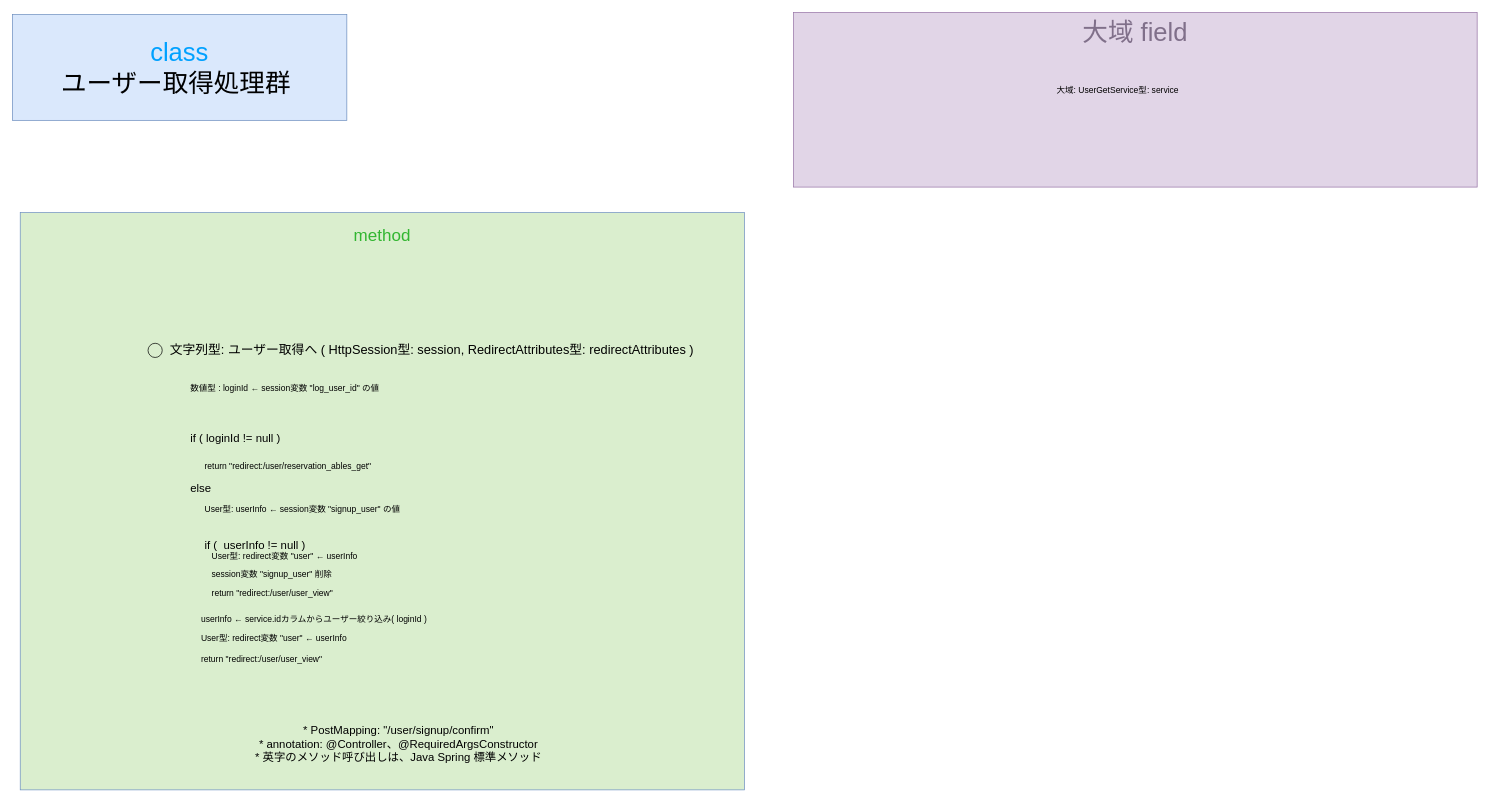
Above: gijigengo/controller/user/meeting_reservation_sys controller_user UserGetControllerクラス 疑似言語.drawio in tro319/meeting_reservation_system (draw.io), before the change. Source tidied: cells renumbered, new cells numbered last; positions are measured from the earlier drawing's top-left corner, leaving out a move shared by most shapes. Both pictures are drawn from the tidied source at 71%, with x=0, y=0 at pixel (12, 12).
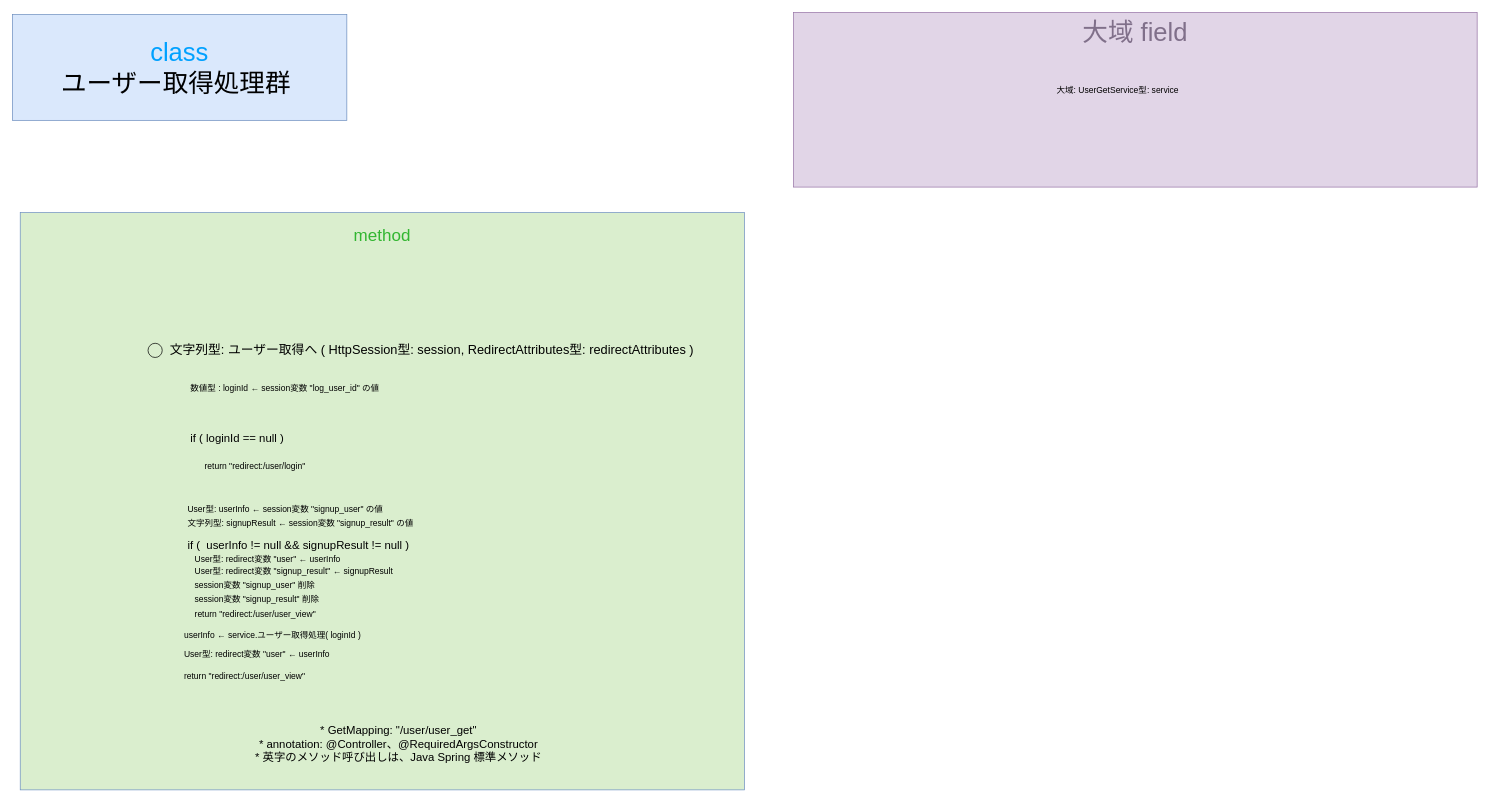
The same diagram, later.

What changed in the source:
```diff
@@
-    <mxCell id="5" value="&lt;div&gt;&lt;span&gt;&lt;span&gt;&lt;span style=&quot;color: rgb(0, 0, 0);&quot;&gt;&lt;font style=&quot;font-size: 16px;&quot;&gt;* PostMapping: &quot;/user/signup/confirm&quot;&lt;/font&gt;&lt;/span&gt;&lt;/span&gt;&lt;/span&gt;&lt;/div&gt;&lt;div&gt;&lt;span&gt;&lt;span&gt;&lt;span style=&quot;color: rgb(0, 0, 0);&quot;&gt;&lt;font style=&quot;font-size: 16px;&quot;&gt;* annotation: @Controller、@RequiredArgsConstructor&lt;/font&gt;&lt;/span&gt;&lt;/span&gt;&lt;/span&gt;&lt;/div&gt;&lt;div&gt;&lt;span&gt;&lt;span&gt;&lt;span style=&quot;color: rgb(0, 0, 0);&quot;&gt;&lt;font style=&quot;font-size: 16px;&quot;&gt;* 英字のメソッド呼び出しは、Java Spring 標準メソッド&lt;/font&gt;&lt;/span&gt;&lt;/span&gt;&lt;/span&gt;&lt;/div&gt;" style="text;html=1;whiteSpace=wrap;strokeColor=none;fillColor=none;align=center;verticalAlign=middle;rounded=0;" parent="1" vertex="1">
+    <mxCell id="5" value="&lt;div&gt;&lt;span&gt;&lt;span&gt;&lt;span style=&quot;color: rgb(0, 0, 0);&quot;&gt;&lt;font style=&quot;font-size: 16px;&quot;&gt;* GetMapping: &quot;/user/user_get&quot;&lt;/font&gt;&lt;/span&gt;&lt;/span&gt;&lt;/span&gt;&lt;/div&gt;&lt;div&gt;&lt;span&gt;&lt;span&gt;&lt;span style=&quot;color: rgb(0, 0, 0);&quot;&gt;&lt;font style=&quot;font-size: 16px;&quot;&gt;* annotation: @Controller、@RequiredArgsConstructor&lt;/font&gt;&lt;/span&gt;&lt;/span&gt;&lt;/span&gt;&lt;/div&gt;&lt;div&gt;&lt;span&gt;&lt;span&gt;&lt;span style=&quot;color: rgb(0, 0, 0);&quot;&gt;&lt;font style=&quot;font-size: 16px;&quot;&gt;* 英字のメソッド呼び出しは、Java Spring 標準メソッド&lt;/font&gt;&lt;/span&gt;&lt;/span&gt;&lt;/span&gt;&lt;/div&gt;" style="text;html=1;whiteSpace=wrap;strokeColor=none;fillColor=none;align=center;verticalAlign=middle;rounded=0;" parent="1" vertex="1">
       <mxGeometry x="249" y="1015" width="590" height="30" as="geometry" />
     </mxCell>
-    <mxCell id="6" value="&lt;div align=&quot;left&quot;&gt;&lt;span style=&quot;color: rgb(0, 0, 0);&quot;&gt;&lt;font style=&quot;font-size: 16px;&quot;&gt;if ( loginId != null )&amp;nbsp;&lt;/font&gt;&lt;/span&gt;&lt;/div&gt;" style="text;html=1;whiteSpace=wrap;strokeColor=none;fillColor=none;align=left;verticalAlign=middle;rounded=0;" parent="1" vertex="1">
+    <mxCell id="6" value="&lt;div align=&quot;left&quot;&gt;&lt;span style=&quot;color: rgb(0, 0, 0);&quot;&gt;&lt;font style=&quot;font-size: 16px;&quot;&gt;if ( loginId == null )&amp;nbsp;&lt;/font&gt;&lt;/span&gt;&lt;/div&gt;" style="text;html=1;whiteSpace=wrap;strokeColor=none;fillColor=none;align=left;verticalAlign=middle;rounded=0;" parent="1" vertex="1">
       <mxGeometry x="249" y="585" width="590" height="30" as="geometry" />
     </mxCell>
     <mxCell id="7" value="User型: userInfo ← session変数 &quot;signup_user&quot; の値" style="text;html=1;whiteSpace=wrap;strokeColor=none;fillColor=none;align=left;verticalAlign=middle;rounded=0;" parent="1" vertex="1">
-      <mxGeometry x="269" y="685" width="590" height="30" as="geometry" />
+      <mxGeometry x="245" y="685" width="590" height="30" as="geometry" />
     </mxCell>
-    <mxCell id="8" value="return &quot;redirect:/user/reservation_ables_get&quot;" style="text;html=1;whiteSpace=wrap;strokeColor=none;fillColor=none;align=left;verticalAlign=middle;rounded=0;" parent="1" vertex="1">
+    <mxCell id="8" value="return &quot;redirect:/user/login&quot;" style="text;html=1;whiteSpace=wrap;strokeColor=none;fillColor=none;align=left;verticalAlign=middle;rounded=0;" parent="1" vertex="1">
       <mxGeometry x="269" y="625" width="590" height="30" as="geometry" />
     </mxCell>
-    <mxCell id="9" value="&lt;div align=&quot;left&quot;&gt;&lt;span style=&quot;color: rgb(0, 0, 0);&quot;&gt;&lt;font style=&quot;font-size: 16px;&quot;&gt;else&lt;/font&gt;&lt;/span&gt;&lt;/div&gt;" style="text;html=1;whiteSpace=wrap;strokeColor=none;fillColor=none;align=left;verticalAlign=middle;rounded=0;" parent="1" vertex="1">
-      <mxGeometry x="249" y="655" width="590" height="30" as="geometry" />
-    </mxCell>
-    <mxCell id="10" value="&lt;div align=&quot;left&quot;&gt;&lt;span style=&quot;color: rgb(0, 0, 0);&quot;&gt;&lt;font style=&quot;font-size: 16px;&quot;&gt;if (&amp;nbsp; userInfo != null )&amp;nbsp;&lt;/font&gt;&lt;/span&gt;&lt;/div&gt;" style="text;html=1;whiteSpace=wrap;strokeColor=none;fillColor=none;align=left;verticalAlign=middle;rounded=0;" parent="1" vertex="1">
-      <mxGeometry x="269" y="735" width="590" height="30" as="geometry" />
+    <mxCell id="10" value="&lt;div align=&quot;left&quot;&gt;&lt;span style=&quot;color: rgb(0, 0, 0);&quot;&gt;&lt;font style=&quot;font-size: 16px;&quot;&gt;if (&amp;nbsp; userInfo != null &amp;amp;&amp;amp; signupResult != null )&amp;nbsp;&lt;/font&gt;&lt;/span&gt;&lt;/div&gt;" style="text;html=1;whiteSpace=wrap;strokeColor=none;fillColor=none;align=left;verticalAlign=middle;rounded=0;" parent="1" vertex="1">
+      <mxGeometry x="245" y="735" width="590" height="30" as="geometry" />
     </mxCell>
     <mxCell id="11" value="User型: redirect変数 &quot;user&quot; ← userInfo" style="text;html=1;whiteSpace=wrap;strokeColor=none;fillColor=none;align=left;verticalAlign=middle;rounded=0;" parent="1" vertex="1">
-      <mxGeometry x="279" y="752" width="624" height="30" as="geometry" />
+      <mxGeometry x="255" y="756" width="624" height="30" as="geometry" />
     </mxCell>
     <mxCell id="12" value="return &quot;redirect:/user/user_view&quot;" style="text;html=1;whiteSpace=wrap;strokeColor=none;fillColor=none;align=left;verticalAlign=middle;rounded=0;" parent="1" vertex="1">
-      <mxGeometry x="279" y="803" width="590" height="30" as="geometry" />
+      <mxGeometry x="255" y="833" width="590" height="30" as="geometry" />
     </mxCell>
-    <mxCell id="13" value="userInfo ← service.idカラムからユーザー絞り込み( loginId )" style="text;html=1;whiteSpace=wrap;strokeColor=none;fillColor=none;align=left;verticalAlign=middle;rounded=0;fontSize=12;" parent="1" vertex="1">
-      <mxGeometry x="264" y="840" width="590" height="30" as="geometry" />
+    <mxCell id="13" value="userInfo ← service.ユーザー取得処理( loginId )" style="text;html=1;whiteSpace=wrap;strokeColor=none;fillColor=none;align=left;verticalAlign=middle;rounded=0;fontSize=12;" parent="1" vertex="1">
+      <mxGeometry x="240" y="863" width="590" height="30" as="geometry" />
     </mxCell>
     <mxCell id="14" value="&lt;div align=&quot;left&quot;&gt;&lt;span style=&quot;color: rgb(0, 0, 0);&quot;&gt;&lt;font&gt;User型: redirect変数 &quot;user&quot; ← userInfo&amp;nbsp;&lt;/font&gt;&lt;/span&gt;&lt;/div&gt;" style="text;html=1;whiteSpace=wrap;strokeColor=none;fillColor=none;align=left;verticalAlign=middle;rounded=0;fontSize=12;" parent="1" vertex="1">
-      <mxGeometry x="264" y="867" width="590" height="30" as="geometry" />
+      <mxGeometry x="240" y="890" width="590" height="30" as="geometry" />
     </mxCell>
@@
     <mxCell id="19" value="return &quot;redirect:/user/user_view&quot;" style="text;html=1;whiteSpace=wrap;strokeColor=none;fillColor=none;align=left;verticalAlign=middle;rounded=0;" parent="1" vertex="1">
-      <mxGeometry x="264" y="897" width="590" height="30" as="geometry" />
+      <mxGeometry x="240" y="920" width="590" height="30" as="geometry" />
     </mxCell>
     <mxCell id="20" value="session変数 &quot;signup_user&quot; 削除" style="text;html=1;whiteSpace=wrap;strokeColor=none;fillColor=none;align=left;verticalAlign=middle;rounded=0;" parent="1" vertex="1">
-      <mxGeometry x="279" y="777" width="624" height="30" as="geometry" />
+      <mxGeometry x="255" y="792" width="624" height="30" as="geometry" />
     </mxCell>
+    <mxCell id="21" value="文字列型: signupResult ← session変数 &quot;signup_result&quot; の値" style="text;html=1;whiteSpace=wrap;strokeColor=none;fillColor=none;align=left;verticalAlign=middle;rounded=0;" parent="1" vertex="1">
+      <mxGeometry x="245" y="705" width="590" height="30" as="geometry" />
+    </mxCell>
+    <mxCell id="22" value="User型: redirect変数 &quot;signup_result&quot; ← signupResult" style="text;html=1;whiteSpace=wrap;strokeColor=none;fillColor=none;align=left;verticalAlign=middle;rounded=0;" parent="1" vertex="1">
+      <mxGeometry x="255" y="772" width="624" height="30" as="geometry" />
+    </mxCell>
+    <mxCell id="23" value="session変数 &quot;signup_result&quot; 削除" style="text;html=1;whiteSpace=wrap;strokeColor=none;fillColor=none;align=left;verticalAlign=middle;rounded=0;" parent="1" vertex="1">
+      <mxGeometry x="255" y="812" width="624" height="30" as="geometry" />
+    </mxCell>
```
